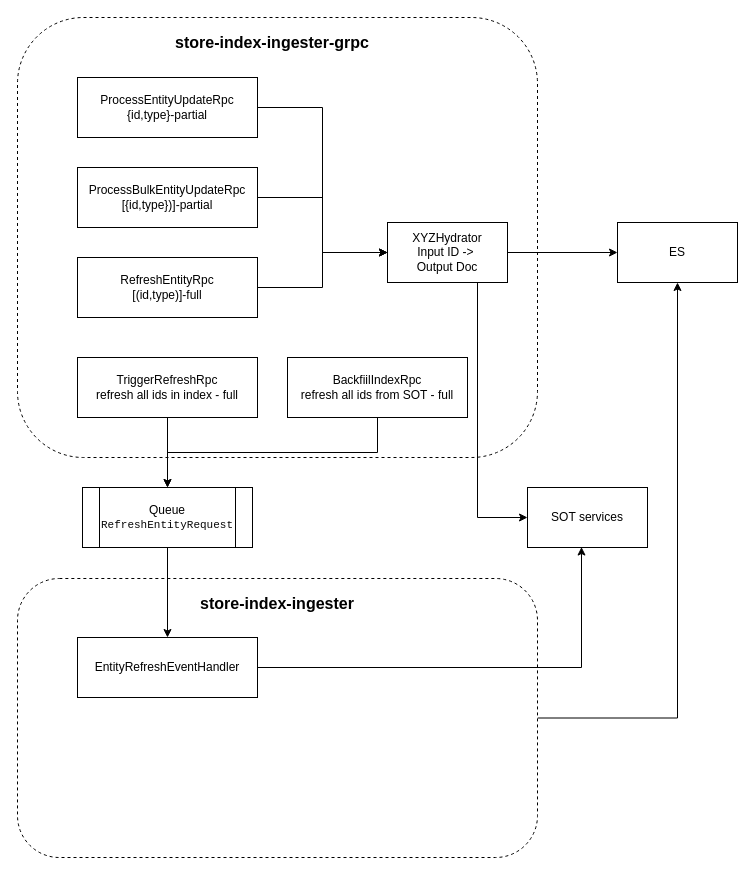
This is StoreIndex.drawio from evagle/awesome, a draw.io file, before an edit. Source tidied: cells renumbered, new cells numbered last; positions are measured from the earlier drawing's top-left corner, leaving out a move shared by most shapes. Both pictures are drawn from the tidied source at 100%, with x=0, y=0 at pixel (17, 17).
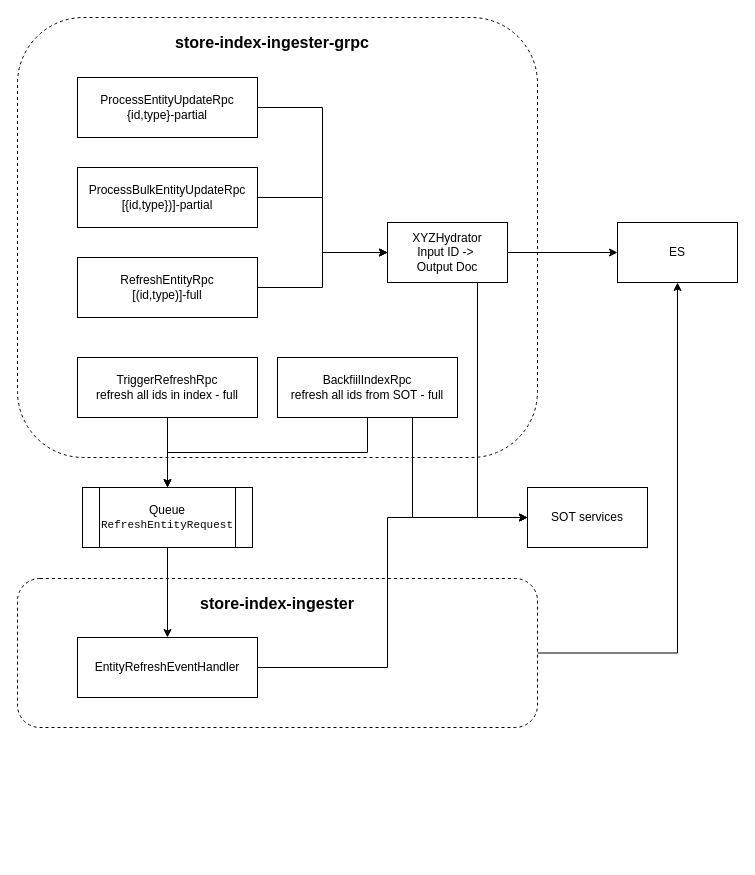
The same diagram, later.

Unchanged cells that the change refers to:
```xml
<mxCell id="21" value="EntityRefreshEventHandler" style="rounded=0;whiteSpace=wrap;html=1;" parent="1" vertex="1">
  <mxGeometry x="60" y="620" width="180" height="60" as="geometry" />
</mxCell>
<mxCell id="24" value="SOT services" style="rounded=0;whiteSpace=wrap;html=1;" parent="1" vertex="1">
  <mxGeometry x="510" y="470" width="120" height="60" as="geometry" />
</mxCell>
```

Diff of the diagram source:
```diff
@@
     <mxCell id="3" style="rounded=1;whiteSpace=wrap;html=1;dashed=1;" parent="1" vertex="1">
-      <mxGeometry y="561" width="520" height="279" as="geometry" />
+      <mxGeometry y="561" width="520" height="149" as="geometry" />
     </mxCell>
@@
+    <mxCell id="26" style="edgeStyle=orthogonalEdgeStyle;rounded=0;jettySize=auto;html=1;exitX=0.75;exitY=1;exitDx=0;exitDy=0;entryX=0;entryY=0.5;entryDx=0;entryDy=0;" parent="1" edge="1" source="23" target="24">
+      <mxGeometry relative="1" as="geometry" />
+    </mxCell>
     <mxCell id="23" value="BackfiilIndexRpc&lt;br&gt;refresh all ids from SOT - full" style="rounded=0;whiteSpace=wrap;html=1;" parent="1" vertex="1">
-      <mxGeometry x="270" y="340" width="180" height="60" as="geometry" />
+      <mxGeometry x="260" y="340" width="180" height="60" as="geometry" />
     </mxCell>
@@
-    <mxCell id="25" style="edgeStyle=orthogonalEdgeStyle;rounded=0;jettySize=auto;html=1;exitX=1;exitY=0.5;exitDx=0;exitDy=0;entryX=0.45;entryY=0.992;entryDx=0;entryDy=0;entryPerimeter=0;" parent="1" edge="1" source="21" target="24">
-      <mxGeometry relative="1" as="geometry" />
+    <mxCell id="25" style="edgeStyle=orthogonalEdgeStyle;rounded=0;jettySize=auto;html=1;exitX=1;exitY=0.5;exitDx=0;exitDy=0;entryX=0;entryY=0.5;entryDx=0;entryDy=0;" parent="1" edge="1" source="21" target="24">
+      <mxGeometry relative="1" as="geometry">
+        <Array as="points">
+          <mxPoint x="370" y="650" />
+          <mxPoint x="370" y="500" />
+        </Array>
+      </mxGeometry>
     </mxCell>
```
